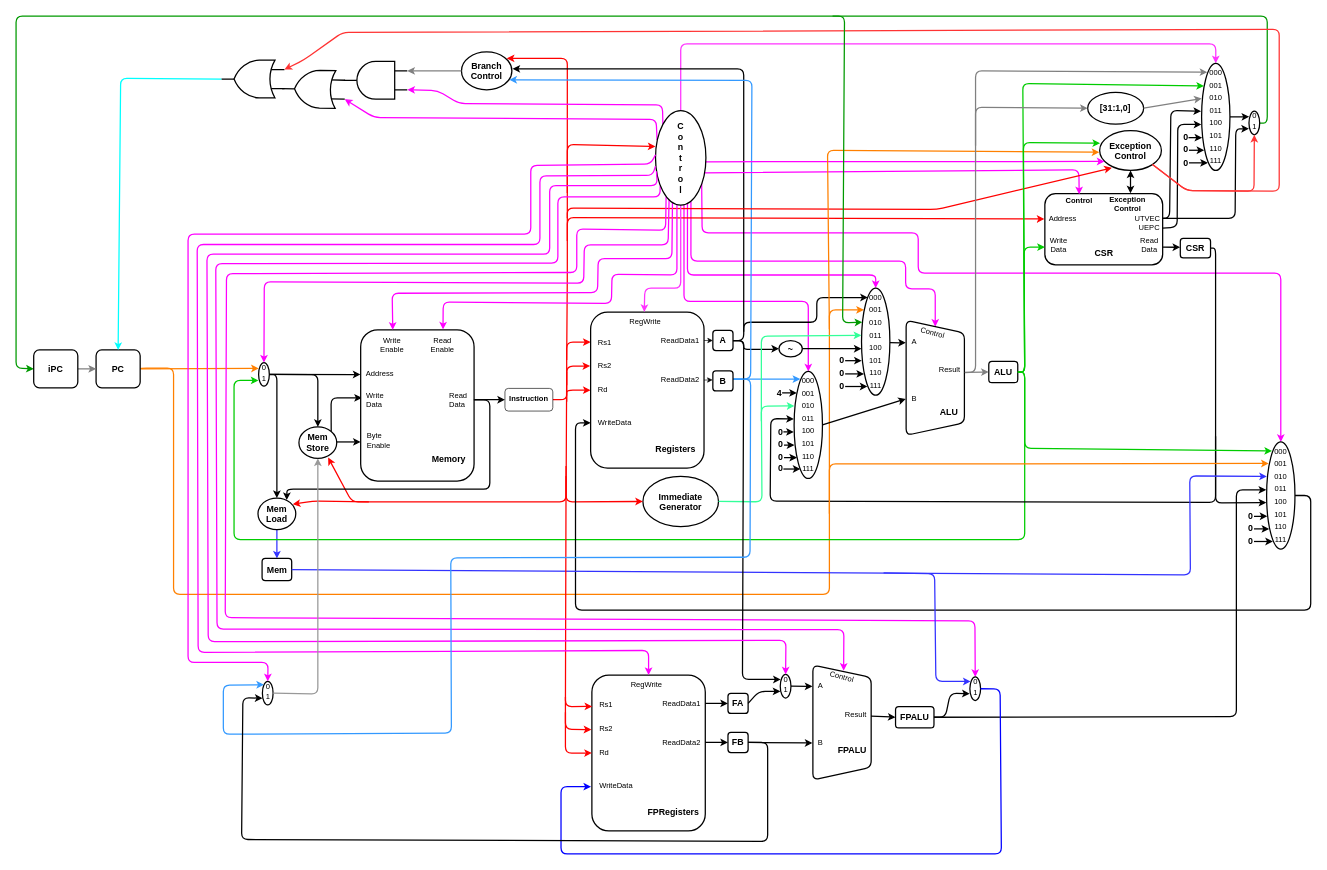
This is page "RV32IMF" (2 of 2) of images/diagrams/multicycle.drawio from arthurbeggs/monografia, a draw.io file, before an edit. Source tidied: cells renumbered, new cells numbered last; positions are measured from the earlier drawing's top-left corner, leaving out a move shared by most shapes. Both pictures are drawn from the tidied source at 63%, with x=0, y=0 at pixel (16, 16).
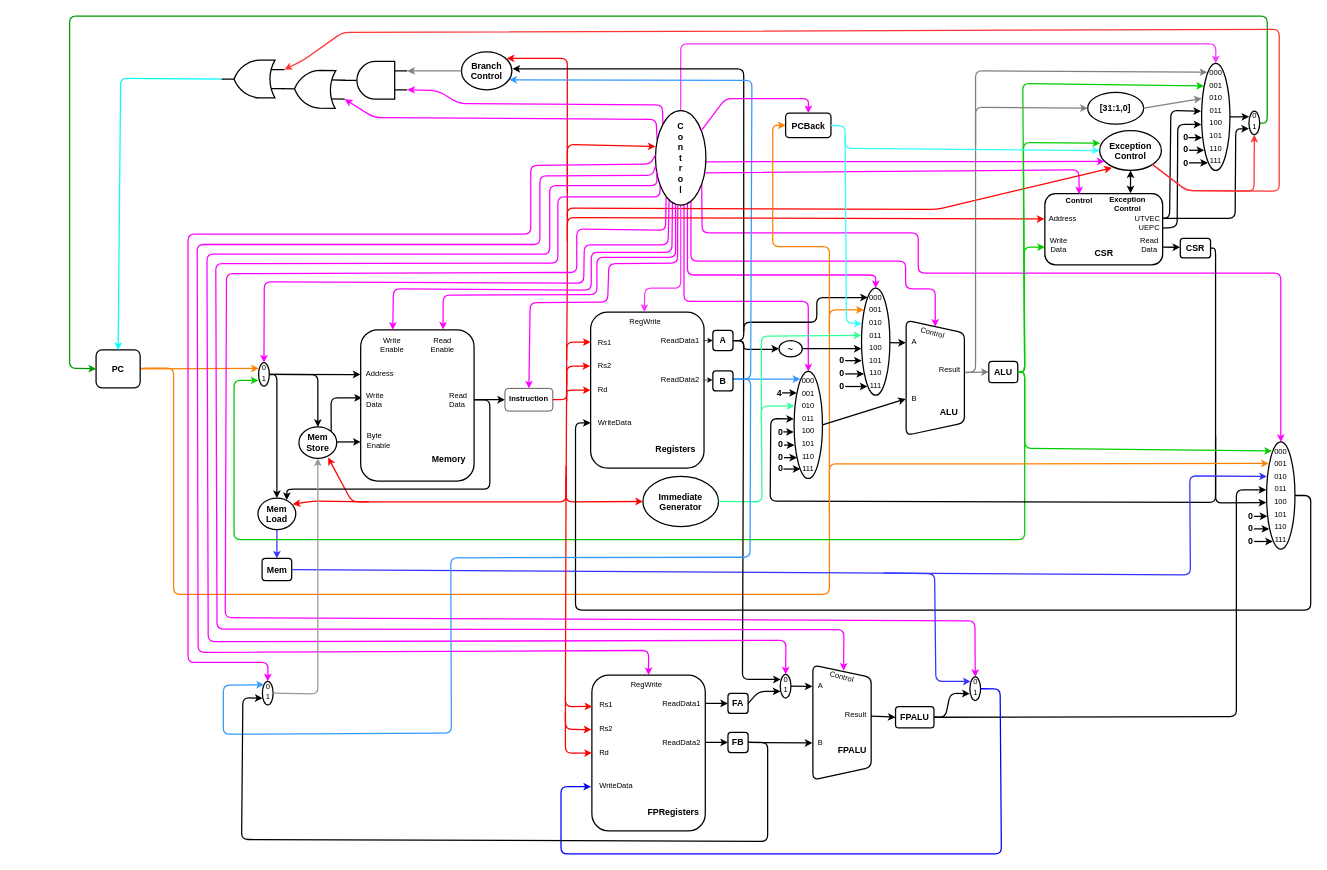
The same diagram, later.

The change refers to these unchanged cells:
```xml
<mxCell id="5" value="&lt;b&gt;&lt;font style=&quot;font-size: 14px&quot;&gt;PC&lt;/font&gt;&lt;/b&gt;" style="rounded=1;whiteSpace=wrap;html=1;strokeWidth=2;" parent="1" vertex="1">
  <mxGeometry x="127" y="530" width="70" height="60" as="geometry" />
</mxCell>
<mxCell id="101" value="&lt;b style=&quot;font-size: 14px&quot;&gt;Exception&lt;br&gt;Control&lt;/b&gt;" style="ellipse;whiteSpace=wrap;html=1;strokeWidth=2;" parent="1" vertex="1">
  <mxGeometry x="1720" y="182" width="98" height="63" as="geometry" />
</mxCell>
<mxCell id="106" style="ellipse;whiteSpace=wrap;html=1;strokeWidth=2;" parent="105" vertex="1">
  <mxGeometry width="17" height="37.5" as="geometry" />
</mxCell>
<mxCell id="113" style="rounded=1;whiteSpace=wrap;html=1;strokeWidth=2;align=left;" parent="112" vertex="1">
  <mxGeometry width="180" height="240" as="geometry" />
</mxCell>
<mxCell id="128" style="rounded=1;whiteSpace=wrap;html=1;" parent="127" vertex="1">
  <mxGeometry width="76" height="36" as="geometry" />
</mxCell>
<mxCell id="144" style="ellipse;whiteSpace=wrap;html=1;rounded=1;strokeWidth=2;align=left;" parent="143" vertex="1">
  <mxGeometry width="45" height="170" as="geometry" />
</mxCell>
<mxCell id="198" style="verticalLabelPosition=bottom;shadow=0;dashed=0;align=center;html=1;verticalAlign=top;shape=mxgraph.electrical.logic_gates.logic_gate;operation=and;strokeWidth=2;rotation=-180;" parent="1" vertex="1">
  <mxGeometry x="521" y="72" width="100" height="60" as="geometry" />
</mxCell>
<mxCell id="245" value="&lt;font style=&quot;font-size: 14px&quot;&gt;&lt;b&gt;C&lt;br&gt;o&lt;br&gt;n&lt;br&gt;t&lt;br&gt;r&lt;br&gt;o&lt;br&gt;l&lt;br&gt;&lt;/b&gt;&lt;/font&gt;" style="ellipse;whiteSpace=wrap;html=1;strokeWidth=2;rotation=0;" parent="1" vertex="1">
  <mxGeometry x="1015" y="150" width="80" height="150" as="geometry" />
</mxCell>
```

Change to the diagram source:
```diff
@@
-    <mxCell id="78" style="edgeStyle=orthogonalEdgeStyle;rounded=1;jettySize=auto;html=1;strokeWidth=2;exitX=1;exitY=0.5;exitDx=0;exitDy=0;entryX=0;entryY=0.5;entryDx=0;entryDy=0;strokeColor=#009900;" parent="1" edge="1" source="106" target="197">
+    <mxCell id="78" style="edgeStyle=orthogonalEdgeStyle;rounded=1;jettySize=auto;html=1;strokeWidth=2;exitX=1;exitY=0.5;exitDx=0;exitDy=0;entryX=0;entryY=0.5;entryDx=0;entryDy=0;strokeColor=#009900;" parent="1" edge="1" source="106" target="5">
       <mxGeometry relative="1" as="geometry">
         <Array as="points">
           <mxPoint x="1986" y="170" />
           <mxPoint x="1986" />
-          <mxPoint />
-          <mxPoint y="559" />
+          <mxPoint x="85" />
+          <mxPoint x="85" y="559" />
+          <mxPoint x="127" y="559" />
         </Array>
       </mxGeometry>
     </mxCell>
@@
-    <mxCell id="141" style="endArrow=classic;html=1;strokeWidth=2;strokeColor=#FF00FF;entryX=0.726;entryY=-0.002;entryDx=0;entryDy=0;entryPerimeter=0;exitX=0.425;exitY=1;exitDx=0;exitDy=0;exitPerimeter=0;" parent="1" edge="1" source="245" target="113">
+    <mxCell id="141" style="endArrow=classic;html=1;strokeWidth=2;strokeColor=#FF00FF;entryX=0.726;entryY=-0.002;entryDx=0;entryDy=0;entryPerimeter=0;exitX=0.398;exitY=0.993;exitDx=0;exitDy=0;exitPerimeter=0;" parent="1" edge="1" source="245" target="113">
       <mxGeometry relative="1" as="geometry">
         <Array as="points">
-          <mxPoint x="1049" y="411" />
-          <mxPoint x="946" y="410" />
-          <mxPoint x="945" y="456" />
-          <mxPoint x="678" y="454" />
+          <mxPoint x="1047" y="383" />
+          <mxPoint x="922" y="383" />
+          <mxPoint x="922" y="442" />
+          <mxPoint x="678" y="443" />
         </Array>
       </mxGeometry>
     </mxCell>
     <mxCell id="142" style="endArrow=classic;html=1;strokeWidth=2;entryX=0.283;entryY=0;entryDx=0;entryDy=0;entryPerimeter=0;exitX=0.336;exitY=0.979;exitDx=0;exitDy=0;exitPerimeter=0;strokeColor=#FF00FF;" parent="1" edge="1" source="245" target="113">
       <mxGeometry relative="1" as="geometry">
         <Array as="points">
-          <mxPoint x="1041" y="385" />
-          <mxPoint x="924" y="385" />
-          <mxPoint x="923" y="439" />
-          <mxPoint x="597" y="440" />
+          <mxPoint x="1041" y="375" />
+          <mxPoint x="913" y="375" />
+          <mxPoint x="913" y="435" />
+          <mxPoint x="599" y="433" />
         </Array>
       </mxGeometry>
     </mxCell>
@@
-    <mxCell id="186" style="endArrow=classic;html=1;strokeWidth=2;strokeColor=#FF8000;entryX=-0.006;entryY=0.543;entryDx=0;entryDy=0;entryPerimeter=0;" parent="1" edge="1" target="101">
-      <mxGeometry relative="1" as="geometry">
-        <mxPoint x="1291" y="497" as="sourcePoint" />
-        <Array as="points">
-          <mxPoint x="1288" y="213" />
-        </Array>
-      </mxGeometry>
-    </mxCell>
@@
-    <mxCell id="196" style="edgeStyle=orthogonalEdgeStyle;rounded=0;jettySize=auto;html=1;entryX=0;entryY=0.5;entryDx=0;entryDy=0;strokeColor=#808080;strokeWidth=2;" parent="1" edge="1" source="197" target="5">
-      <mxGeometry relative="1" as="geometry" />
-    </mxCell>
-    <mxCell id="197" value="&lt;b&gt;&lt;font style=&quot;font-size: 14px&quot;&gt;iPC&lt;/font&gt;&lt;/b&gt;" style="rounded=1;whiteSpace=wrap;html=1;strokeWidth=2;" parent="1" vertex="1">
-      <mxGeometry x="28" y="530" width="70" height="60" as="geometry" />
-    </mxCell>
@@
-    <mxCell id="202" style="endArrow=classic;html=1;strokeWidth=2;strokeColor=#FF00FF;entryX=0;entryY=0.25;entryDx=0;entryDy=0;entryPerimeter=0;exitX=0;exitY=0;exitDx=0;exitDy=0;" parent="1" edge="1" source="245" target="198">
+    <mxCell id="202" style="endArrow=classic;html=1;strokeWidth=2;entryX=0;entryY=0.25;entryDx=0;entryDy=0;entryPerimeter=0;exitX=0;exitY=0;exitDx=0;exitDy=0;strokeColor=#FF00FF;" parent="1" edge="1" source="245" target="198">
       <mxGeometry relative="1" as="geometry">
         <Array as="points">
           <mxPoint x="1026" y="141" />
           <mxPoint x="703" y="139" />
           <mxPoint x="669" y="118" />
         </Array>
       </mxGeometry>
     </mxCell>
@@
-    <mxCell id="251" style="endArrow=classic;html=1;strokeColor=#009900;strokeWidth=2;entryX=0.027;entryY=0.319;entryDx=0;entryDy=0;entryPerimeter=0;" parent="1" edge="1" target="144">
-      <mxGeometry relative="1" as="geometry">
-        <mxPoint x="1296" as="sourcePoint" />
-        <Array as="points">
-          <mxPoint x="1315" />
-          <mxPoint x="1312" y="487" />
-        </Array>
-      </mxGeometry>
-    </mxCell>
@@
+    <mxCell id="268" style="endArrow=classic;html=1;strokeWidth=2;strokeColor=#FF00FF;entryX=0.5;entryY=0;entryDx=0;entryDy=0;exitX=0.441;exitY=1.004;exitDx=0;exitDy=0;exitPerimeter=0;" parent="1" edge="1" source="245" target="128">
+      <mxGeometry relative="1" as="geometry">
+        <Array as="points">
+          <mxPoint x="1050" y="392" />
+          <mxPoint x="941" y="393" />
+          <mxPoint x="939" y="454" />
+          <mxPoint x="816" y="455" />
+        </Array>
+      </mxGeometry>
+    </mxCell>
+    <mxCell id="269" value="&lt;b&gt;&lt;font style=&quot;font-size: 14px&quot;&gt;PCBack&lt;/font&gt;&lt;/b&gt;" style="rounded=1;whiteSpace=wrap;html=1;strokeWidth=2;" parent="1" vertex="1">
+      <mxGeometry x="1221.5" y="154" width="72" height="39" as="geometry" />
+    </mxCell>
+    <mxCell id="270" style="edgeStyle=orthogonalEdgeStyle;rounded=1;jettySize=auto;html=1;strokeWidth=2;entryX=0;entryY=0.5;entryDx=0;entryDy=0;strokeColor=#FF8000;" parent="1" edge="1" target="269">
+      <mxGeometry relative="1" as="geometry">
+        <mxPoint x="1291" y="502" as="sourcePoint" />
+        <Array as="points">
+          <mxPoint x="1291" y="366" />
+          <mxPoint x="1201" y="366" />
+          <mxPoint x="1201" y="174" />
+        </Array>
+      </mxGeometry>
+    </mxCell>
+    <mxCell id="271" style="endArrow=classic;html=1;strokeColor=#33FFFF;exitX=1;exitY=0.5;exitDx=0;exitDy=0;entryX=0;entryY=0.5;entryDx=0;entryDy=0;strokeWidth=2;" parent="1" edge="1" source="269" target="101">
+      <mxGeometry relative="1" as="geometry">
+        <Array as="points">
+          <mxPoint x="1316" y="174" />
+          <mxPoint x="1316" y="210" />
+        </Array>
+      </mxGeometry>
+    </mxCell>
+    <mxCell id="272" style="endArrow=classic;html=1;strokeColor=#33FFFF;strokeWidth=2;entryX=0.008;entryY=0.333;entryDx=0;entryDy=0;entryPerimeter=0;" parent="1" edge="1" target="144">
+      <mxGeometry relative="1" as="geometry">
+        <mxPoint x="1316" y="190" as="sourcePoint" />
+        <Array as="points">
+          <mxPoint x="1318" y="487" />
+        </Array>
+      </mxGeometry>
+    </mxCell>
+    <mxCell id="273" style="endArrow=classic;html=1;strokeColor=#FF00FF;strokeWidth=2;entryX=0.5;entryY=0;entryDx=0;entryDy=0;" parent="1" edge="1" source="245" target="269">
+      <mxGeometry relative="1" as="geometry">
+        <Array as="points">
+          <mxPoint x="1126" y="131" />
+          <mxPoint x="1258" y="131" />
+        </Array>
+      </mxGeometry>
+    </mxCell>
```
